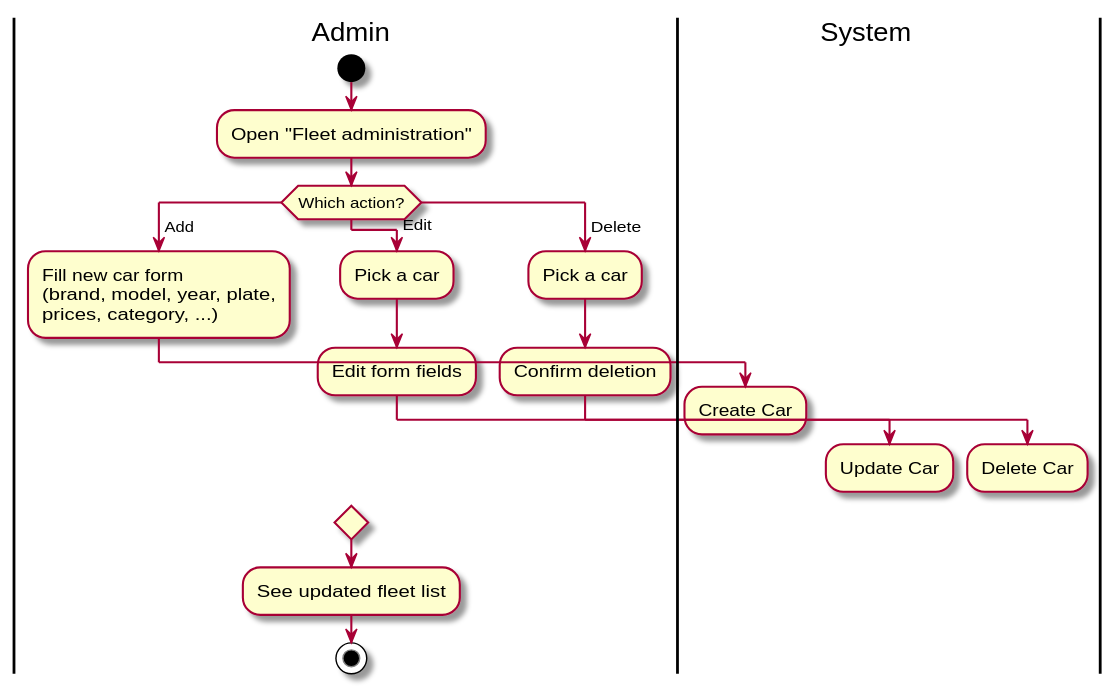
Above: docs/diagrams/activity-manage-fleet.svg in DavidMagyarics/CarRentalVSB (PlantUML), before the change.
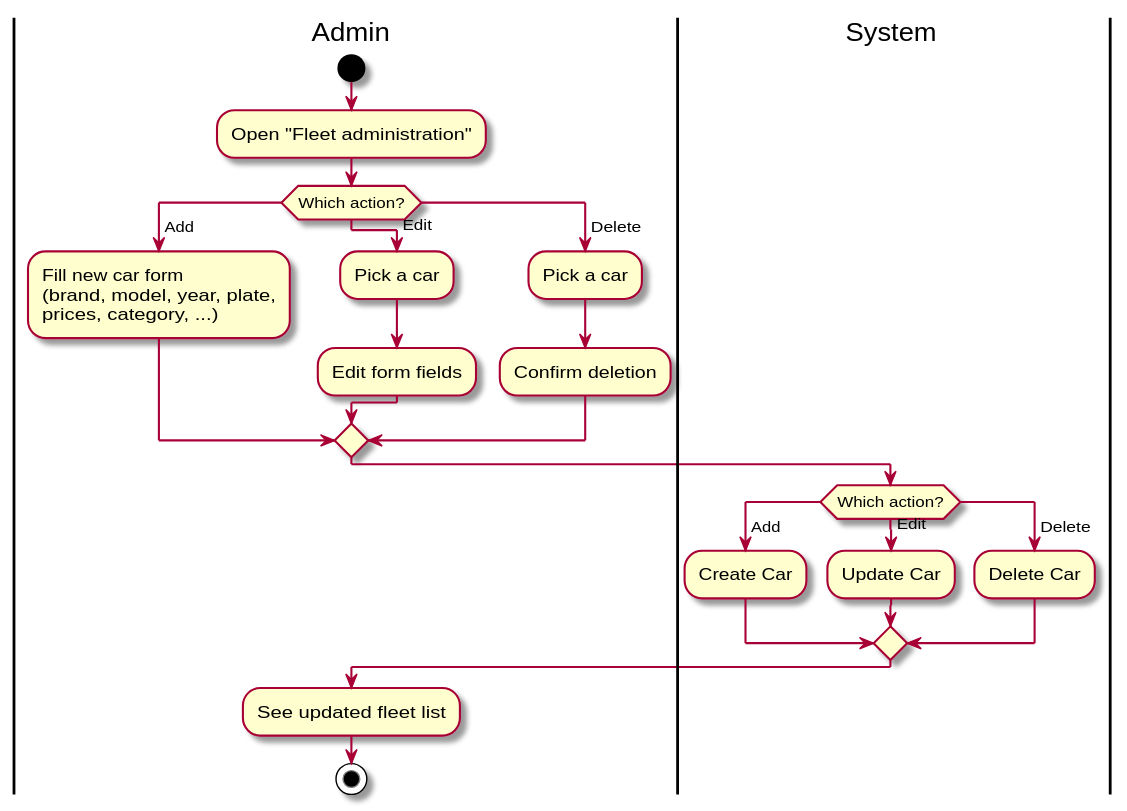
Above is the later version.

Commit message:
chore: re-render PlantUML diagrams [skip ci]

The edit, as a diff of the source:
```diff
@@ -8,19 +8,21 @@
 switch (Which action?)
 case ( Add )
   :Fill new car form\n(brand, model, year, plate,\nprices, category, ...);
-  |System|
+case ( Edit )
+  :Pick a car;
+  :Edit form fields;
+case ( Delete )
+  :Pick a car;
+  :Confirm deletion;
+endswitch
+
+|System|
+switch (Which action?)
+case ( Add )
   :Create Car;
 case ( Edit )
-  |Admin|
-  :Pick a car;
-  :Edit form fields;
-  |System|
   :Update Car;
 case ( Delete )
-  |Admin|
-  :Pick a car;
-  :Confirm deletion;
-  |System|
   :Delete Car;
 endswitch
 
```
